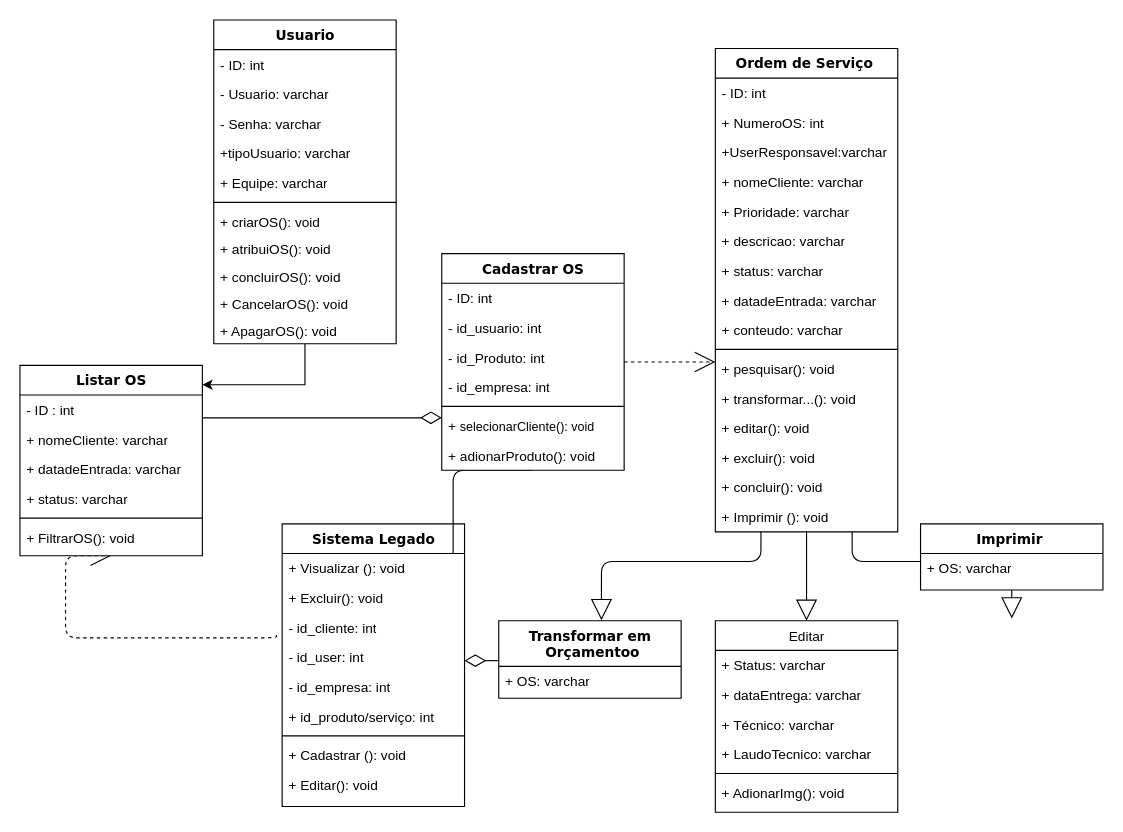
Earlier version of the draw.io diagram Diagrama sem nome.drawio (Ninguem2k/Blioteca-de-Filmes). Source tidied: cells renumbered, new cells numbered last; positions are measured from the earlier drawing's top-left corner, leaving out a move shared by most shapes. Both pictures are drawn from the tidied source at 114%, with x=0, y=0 at pixel (19, 19).
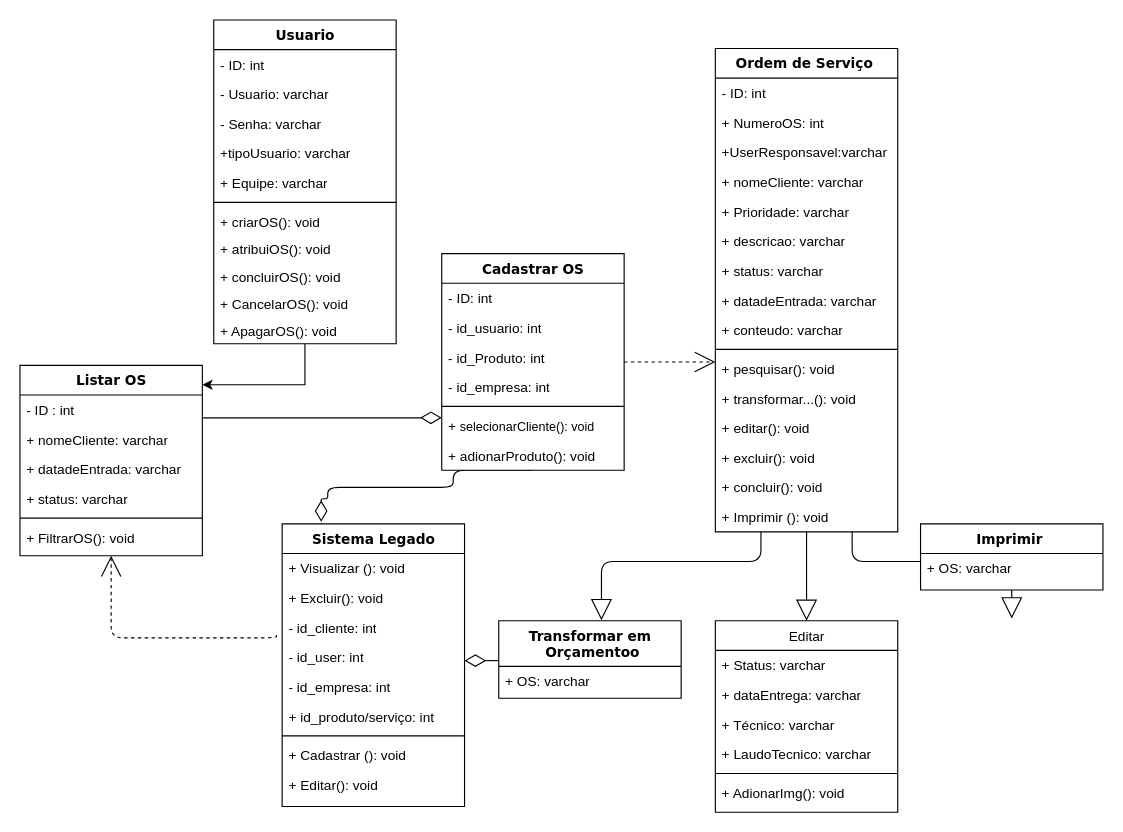
After the change.

The change refers to these unchanged cells:
```xml
<mxCell id="4" value="Listar OS" style="swimlane;html=1;fontStyle=1;align=center;verticalAlign=top;horizontal=1;startSize=26;swimlaneFillColor=#ffffff;rounded=0;shadow=0;comic=0;labelBackgroundColor=none;strokeWidth=1;fillColor=none;fontFamily=Verdana;fontSize=12;" parent="1" vertex="1">
  <mxGeometry y="303" width="160" height="167" as="geometry" />
</mxCell>
<mxCell id="12" value="Cadastrar OS" style="swimlane;html=1;fontStyle=1;align=center;verticalAlign=top;horizontal=1;startSize=26;swimlaneFillColor=#ffffff;rounded=0;shadow=0;comic=0;labelBackgroundColor=none;strokeWidth=1;fillColor=none;fontFamily=Verdana;fontSize=12;" parent="1" vertex="1">
  <mxGeometry x="370" y="205" width="160" height="190" as="geometry" />
</mxCell>
<mxCell id="38" value="Sistema Legado" style="swimlane;html=1;fontStyle=1;align=center;verticalAlign=top;horizontal=1;startSize=26;swimlaneFillColor=#ffffff;rounded=0;shadow=0;comic=0;labelBackgroundColor=none;strokeWidth=1;fillColor=none;fontFamily=Verdana;fontSize=12;" parent="1" vertex="1">
  <mxGeometry x="230" y="442" width="160" height="248" as="geometry" />
</mxCell>
```

The edit, as a diff of the source:
```diff
@@
     <mxCell id="2" style="edgeStyle=orthogonalEdgeStyle;html=1;labelBackgroundColor=none;startFill=0;startSize=8;endArrow=open;endFill=0;endSize=16;fontFamily=Verdana;fontSize=12;dashed=1;exitX=-0.031;exitY=0.051;exitDx=0;exitDy=0;exitPerimeter=0;entryX=0.5;entryY=1;entryDx=0;entryDy=0;" parent="1" edge="1" target="4">
       <mxGeometry relative="1" as="geometry">
         <mxPoint x="225" y="539.6" as="sourcePoint" />
         <Array as="points">
-          <mxPoint x="40" y="542" />
+          <mxPoint x="225" y="542" />
+          <mxPoint x="80" y="542" />
         </Array>
       </mxGeometry>
     </mxCell>
-    <mxCell id="3" style="edgeStyle=orthogonalEdgeStyle;html=1;labelBackgroundColor=none;startFill=0;startSize=8;endArrow=diamondThin;endFill=0;endSize=16;fontFamily=Verdana;fontSize=12;exitX=0.5;exitY=1;exitDx=0;exitDy=0;" parent="1" edge="1" source="12">
+    <mxCell id="3" style="edgeStyle=orthogonalEdgeStyle;html=1;labelBackgroundColor=none;startFill=0;startSize=8;endArrow=diamondThin;endFill=0;endSize=16;fontFamily=Verdana;fontSize=12;exitX=0.5;exitY=1;exitDx=0;exitDy=0;entryX=0.214;entryY=-0.007;entryDx=0;entryDy=0;entryPerimeter=0;" parent="1" edge="1" source="12" target="38">
       <mxGeometry relative="1" as="geometry">
-        <mxPoint x="260.1" y="527" as="targetPoint" />
         <Array as="points">
-          <mxPoint x="380" y="475" />
-          <mxPoint x="260" y="475" />
+          <mxPoint x="380" y="395" />
+          <mxPoint x="380" y="410" />
+          <mxPoint x="270" y="410" />
+          <mxPoint x="270" y="420" />
+          <mxPoint x="264" y="420" />
         </Array>
       </mxGeometry>
     </mxCell>
```
